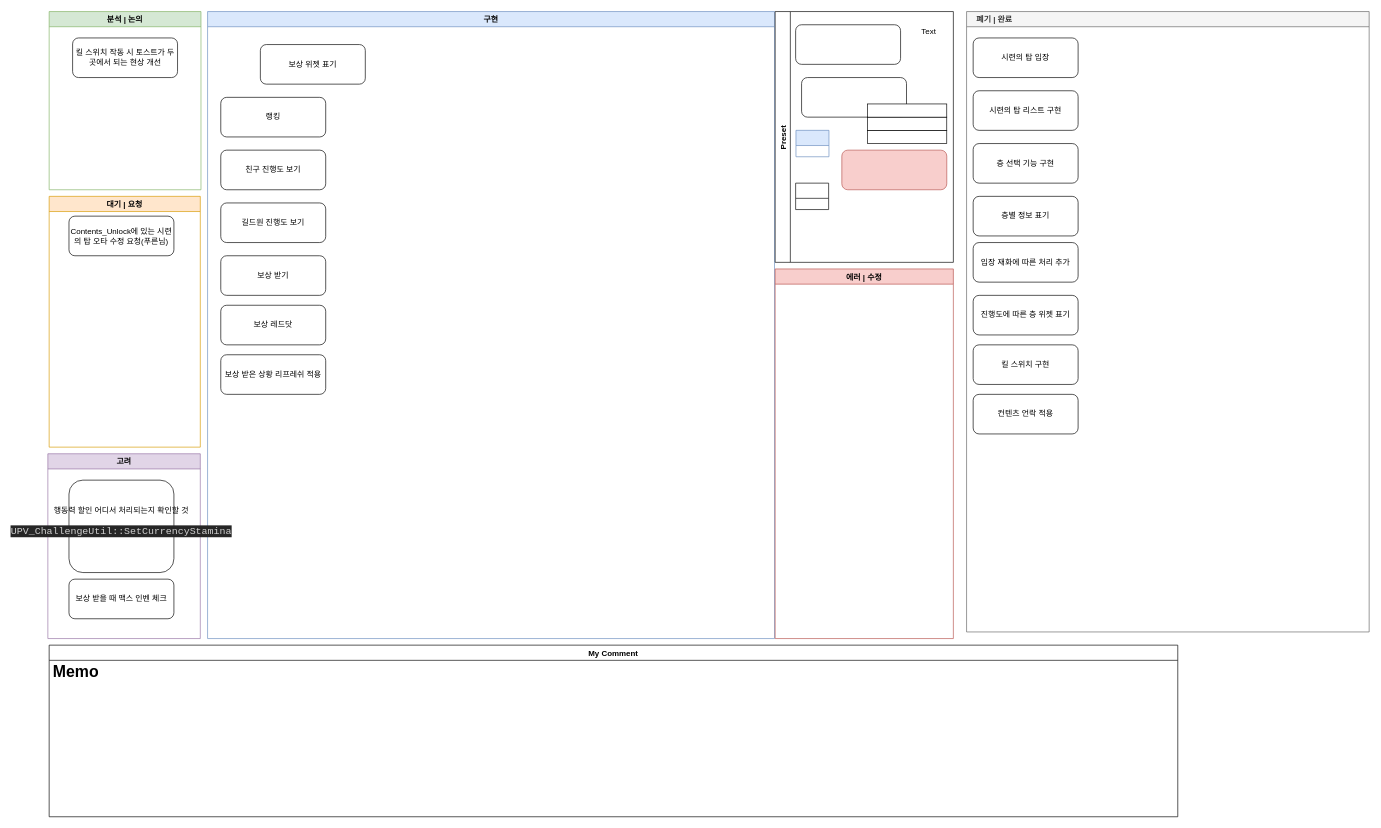
Earlier version of the draw.io diagram 시련의 탑.drawio (Endorr/Job-Board). Source tidied: cells renumbered, new cells numbered last; positions are measured from the earlier drawing's top-left corner, leaving out a move shared by most shapes. Both pictures are drawn from the tidied source at 66%, with x=0, y=0 at pixel (48, 11).
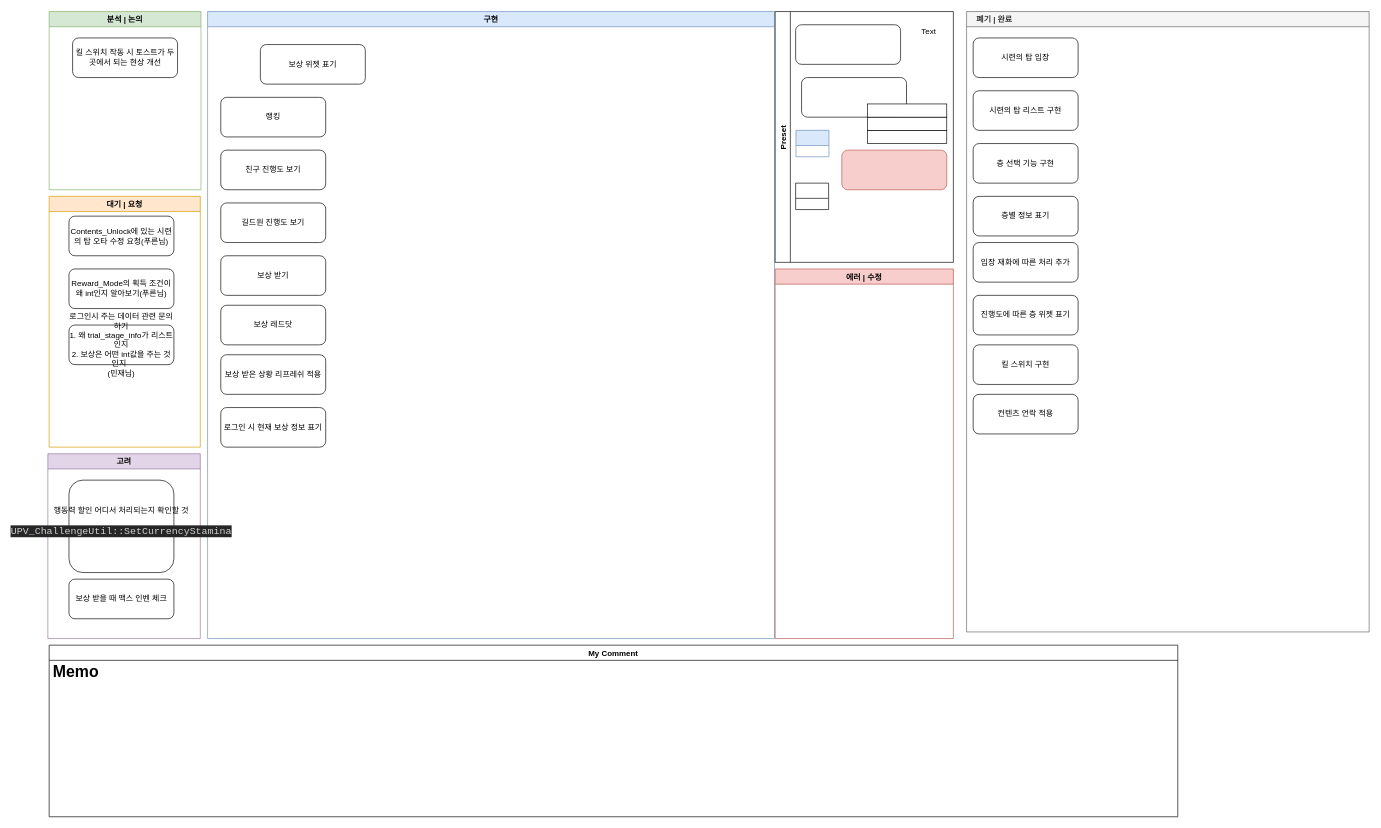
The same diagram, later.

Commit message:
시련의 탑.drawio 업데이트

Unchanged cells that the change refers to:
```xml
<mxCell id="2" value="구현" style="swimlane;fillColor=#dae8fc;strokeColor=#6c8ebf;" parent="1" vertex="1">
  <mxGeometry x="242" width="859" height="950" as="geometry" />
</mxCell>
<mxCell id="12" value="대기 | 요청" style="swimlane;strokeColor=#d79b00;fillColor=#ffe6cc;" parent="1" vertex="1">
  <mxGeometry x="2" y="280" width="229" height="380" as="geometry" />
</mxCell>
```

Change to the diagram source:
```diff
@@
+    <mxCell id="40" value="로그인 시 현재 보상 정보 표기" style="rounded=1;whiteSpace=wrap;html=1;" parent="2" vertex="1">
+      <mxGeometry x="20" y="600" width="159" height="60" as="geometry" />
+    </mxCell>
@@
+    <mxCell id="41" value="Reward_Mode의 획득 조건이 왜 int인지 알아보기(푸른님)" style="rounded=1;whiteSpace=wrap;html=1;" parent="12" vertex="1">
+      <mxGeometry x="30" y="110" width="159" height="60" as="geometry" />
+    </mxCell>
+    <mxCell id="42" value="로그인시 주는 데이터 관련 문의 하기&lt;div&gt;1. 왜 trial_stage_info가 리스트인지&lt;/div&gt;&lt;div&gt;2. 보상은 어떤 int값을 주는 것인지&amp;nbsp;&amp;nbsp;&lt;br&gt;(민재님)&lt;/div&gt;" style="rounded=1;whiteSpace=wrap;html=1;" parent="12" vertex="1">
+      <mxGeometry x="30" y="195" width="159" height="60" as="geometry" />
+    </mxCell>
```
